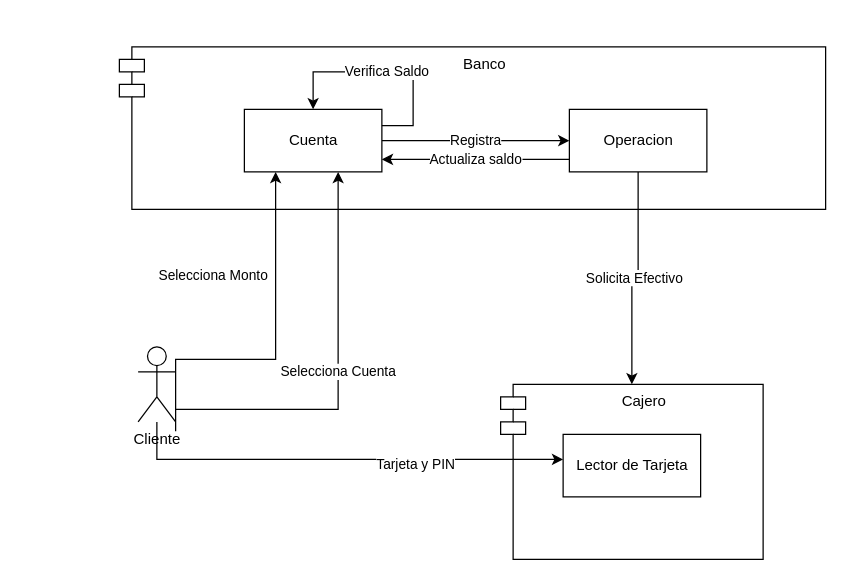
This is page "Vista de Procesos" (3 of 7) of Clase5_IS1.drawio.xml from cpaztrillo/utec_isoftware1_2022_2, a draw.io file, before an edit. Source tidied: cells renumbered, new cells numbered last; positions are measured from the earlier drawing's top-left corner, leaving out a move shared by most shapes. Both pictures are drawn from the tidied source at 125%, with x=0, y=0 at pixel (119, 46).
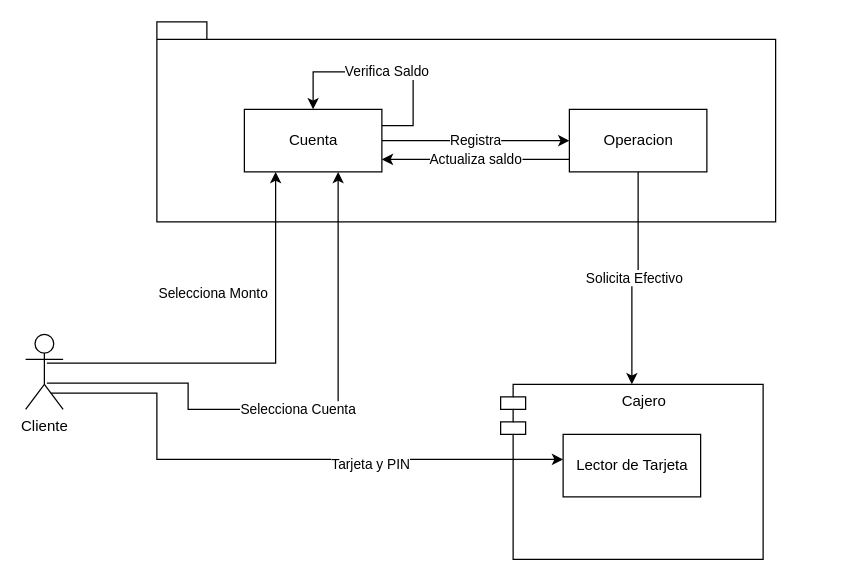
After the change.

Unchanged cells that the change refers to:
```xml
<mxCell id="8" value="Lector de Tarjeta" style="html=1;" parent="1" vertex="1">
  <mxGeometry x="355" y="310" width="110" height="50" as="geometry" />
</mxCell>
<mxCell id="11" value="Cuenta" style="html=1;" parent="1" vertex="1">
  <mxGeometry x="100" y="50" width="110" height="50" as="geometry" />
</mxCell>
```

The edit, as a diff of the source:
```diff
@@
-    <mxCell id="2" value="Banco" style="shape=module;align=left;spacingLeft=20;align=center;verticalAlign=top;" parent="1" vertex="1">
-      <mxGeometry width="565" height="130" as="geometry" />
-    </mxCell>
+    <mxCell id="16" style="shape=folder;fontStyle=1;spacingTop=10;tabWidth=40;tabHeight=14;tabPosition=left;html=1;" parent="1" vertex="1">
+      <mxGeometry x="30" y="-20" width="495" height="160" as="geometry" />
+    </mxCell>
@@
-    <mxCell id="4" style="edgeStyle=orthogonalEdgeStyle;rounded=0;jettySize=auto;html=1;" parent="1" edge="1" source="7" target="8">
+    <mxCell id="4" style="edgeStyle=orthogonalEdgeStyle;rounded=0;jettySize=auto;html=1;exitX=0.667;exitY=0.783;exitDx=0;exitDy=0;exitPerimeter=0;" parent="1" edge="1" source="7" target="8">
       <mxGeometry relative="1" as="geometry">
         <Array as="points">
+          <mxPoint x="30" y="277" />
           <mxPoint x="30" y="330" />
         </Array>
       </mxGeometry>
     </mxCell>
@@
-    <mxCell id="6" value="Selecciona Cuenta" style="edgeStyle=orthogonalEdgeStyle;rounded=0;jettySize=auto;html=1;" parent="1" edge="1" source="7" target="11">
+    <mxCell id="6" value="Selecciona Cuenta" style="edgeStyle=orthogonalEdgeStyle;rounded=0;jettySize=auto;html=1;exitX=0.567;exitY=0.65;exitDx=0;exitDy=0;exitPerimeter=0;" parent="1" edge="1" source="7" target="11">
       <mxGeometry relative="1" as="geometry">
         <Array as="points">
+          <mxPoint x="55" y="269" />
+          <mxPoint x="55" y="290" />
           <mxPoint x="175" y="290" />
         </Array>
       </mxGeometry>
     </mxCell>
     <mxCell id="7" value="Cliente" style="shape=umlActor;verticalLabelPosition=bottom;verticalAlign=top;html=1;" parent="1" vertex="1">
-      <mxGeometry x="15" y="240" width="30" height="60" as="geometry" />
+      <mxGeometry x="-75" y="230" width="30" height="60" as="geometry" />
     </mxCell>
@@
-    <mxCell id="12" value="Selecciona Monto" style="edgeStyle=orthogonalEdgeStyle;rounded=0;jettySize=auto;html=1;" parent="1" edge="1" target="11">
+    <mxCell id="12" value="Selecciona Monto" style="edgeStyle=orthogonalEdgeStyle;rounded=0;jettySize=auto;html=1;exitX=0.567;exitY=0.383;exitDx=0;exitDy=0;exitPerimeter=0;" parent="1" edge="1" source="7" target="11">
       <mxGeometry x="0.43" y="50" relative="1" as="geometry">
-        <mxPoint x="45" y="307.5" as="sourcePoint" />
         <Array as="points">
-          <mxPoint x="45" y="250" />
-          <mxPoint x="125" y="250" />
+          <mxPoint x="125" y="253" />
         </Array>
         <mxPoint y="1" as="offset" />
       </mxGeometry>
     </mxCell>
```
